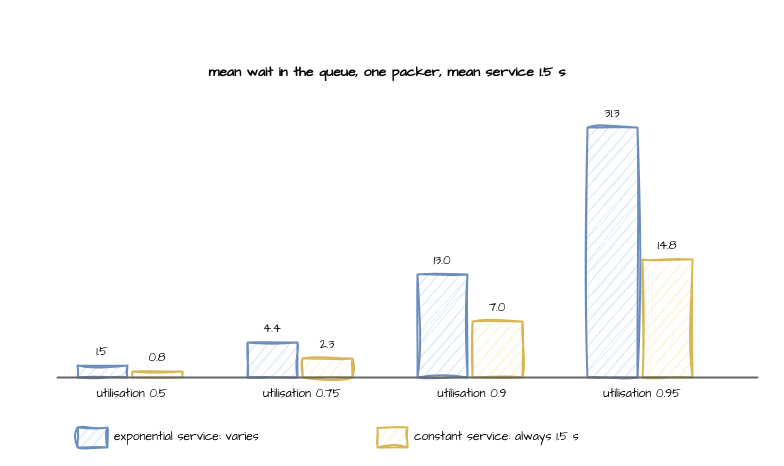
Before: docs/assets/diagrams/wait-vs-utilization.drawio in jaehyeon-kim/desflow, a draw.io diagram. Source tidied: cells renumbered, new cells numbered last; positions are measured from the earlier drawing's top-left corner, leaving out a move shared by most shapes. Both pictures are drawn from the tidied source at 100%, with x=0, y=0 at pixel (17, 57).
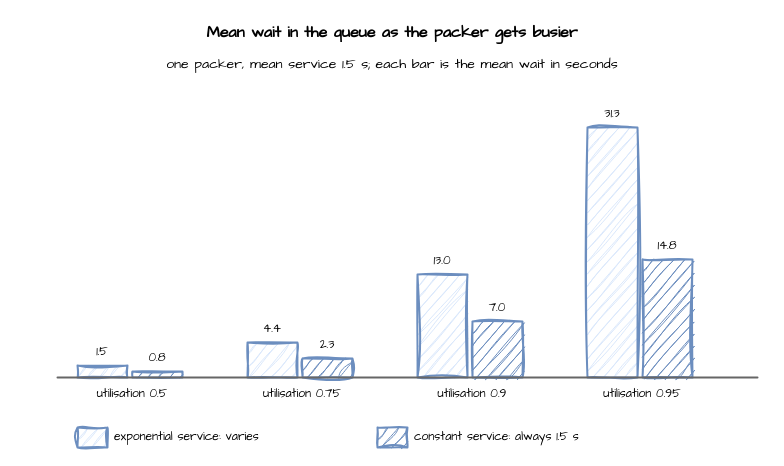
Above is the later version.

Change to the diagram source:
```diff
@@
+    <mxCell id="28" value="Mean wait in the queue as the packer gets busier" style="text;html=1;align=center;verticalAlign=middle;whiteSpace=wrap;fontFamily=Comic Sans MS;fontSize=16;fontStyle=1;" parent="1" vertex="1">
+      <mxGeometry y="-40" width="750" height="30" as="geometry" />
+    </mxCell>
-    <mxCell id="2" value="mean wait in the queue, one packer, mean service 1.5 s" style="text;html=1;align=center;verticalAlign=middle;whiteSpace=wrap;html=1;sketch=1;curveFitting=1;jiggle=2;fontFamily=Comic Sans MS;fontSize=14;fontStyle=1;" parent="1" vertex="1">
-      <mxGeometry width="740" height="30" as="geometry" />
+    <mxCell id="2" value="one packer, mean service 1.5 s; each bar is the mean wait in seconds" style="text;html=1;align=center;verticalAlign=middle;whiteSpace=wrap;html=1;sketch=1;curveFitting=1;jiggle=2;fontFamily=Comic Sans MS;fontSize=14;" parent="1" vertex="1">
+      <mxGeometry y="-8" width="750" height="30" as="geometry" />
     </mxCell>
@@
-    <mxCell id="4" style="rounded=1;whiteSpace=wrap;html=1;sketch=1;curveFitting=1;jiggle=2;fontFamily=Comic Sans MS;fontSize=14;fillColor=#fff2cc;strokeColor=#d6b656;strokeWidth=2;rounded=0;" parent="1" vertex="1">
+    <mxCell id="4" style="rounded=1;whiteSpace=wrap;html=1;sketch=1;curveFitting=1;jiggle=2;fontFamily=Comic Sans MS;fontSize=14;fillColor=#6c8ebf;strokeColor=#6c8ebf;strokeWidth=2;rounded=0;" parent="1" vertex="1">
       <mxGeometry x="115" y="314" width="50" height="6" as="geometry" />
     </mxCell>
@@
-    <mxCell id="9" style="rounded=1;whiteSpace=wrap;html=1;sketch=1;curveFitting=1;jiggle=2;fontFamily=Comic Sans MS;fontSize=14;fillColor=#fff2cc;strokeColor=#d6b656;strokeWidth=2;rounded=0;" parent="1" vertex="1">
+    <mxCell id="9" style="rounded=1;whiteSpace=wrap;html=1;sketch=1;curveFitting=1;jiggle=2;fontFamily=Comic Sans MS;fontSize=14;fillColor=#6c8ebf;strokeColor=#6c8ebf;strokeWidth=2;rounded=0;" parent="1" vertex="1">
       <mxGeometry x="285" y="301" width="50" height="19" as="geometry" />
     </mxCell>
@@
-    <mxCell id="14" style="rounded=1;whiteSpace=wrap;html=1;sketch=1;curveFitting=1;jiggle=2;fontFamily=Comic Sans MS;fontSize=14;fillColor=#fff2cc;strokeColor=#d6b656;strokeWidth=2;rounded=0;" parent="1" vertex="1">
+    <mxCell id="14" style="rounded=1;whiteSpace=wrap;html=1;sketch=1;curveFitting=1;jiggle=2;fontFamily=Comic Sans MS;fontSize=14;fillColor=#6c8ebf;strokeColor=#6c8ebf;strokeWidth=2;rounded=0;" parent="1" vertex="1">
       <mxGeometry x="455" y="264" width="50" height="56" as="geometry" />
     </mxCell>
@@
-    <mxCell id="19" style="rounded=1;whiteSpace=wrap;html=1;sketch=1;curveFitting=1;jiggle=2;fontFamily=Comic Sans MS;fontSize=14;fillColor=#fff2cc;strokeColor=#d6b656;strokeWidth=2;rounded=0;" parent="1" vertex="1">
+    <mxCell id="19" style="rounded=1;whiteSpace=wrap;html=1;sketch=1;curveFitting=1;jiggle=2;fontFamily=Comic Sans MS;fontSize=14;fillColor=#6c8ebf;strokeColor=#6c8ebf;strokeWidth=2;rounded=0;" parent="1" vertex="1">
       <mxGeometry x="625" y="202" width="50" height="118" as="geometry" />
     </mxCell>
@@
-    <mxCell id="26" style="rounded=1;whiteSpace=wrap;html=1;sketch=1;curveFitting=1;jiggle=2;fontFamily=Comic Sans MS;fontSize=14;fillColor=#fff2cc;strokeColor=#d6b656;strokeWidth=2;rounded=0;" parent="1" vertex="1">
+    <mxCell id="26" style="rounded=1;whiteSpace=wrap;html=1;sketch=1;curveFitting=1;jiggle=2;fontFamily=Comic Sans MS;fontSize=14;fillColor=#6c8ebf;strokeColor=#6c8ebf;strokeWidth=2;rounded=0;" parent="1" vertex="1">
       <mxGeometry x="360" y="370" width="30" height="20" as="geometry" />
     </mxCell>
```
